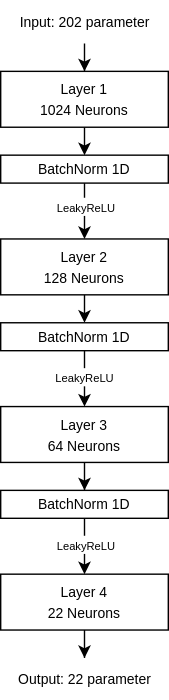
Earlier version of the draw.io export Poster/model.drawio.svg (leoforster10010/UdS_Dsaiproject25). Source tidied: cells renumbered, new cells last; positions are measured from the earlier drawing's top-left corner, leaving out a move shared by most shapes.
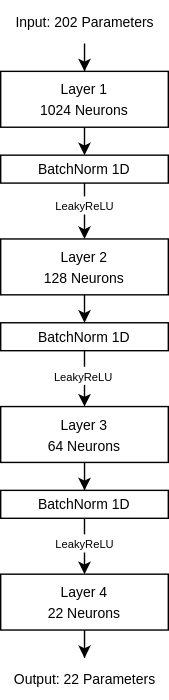
Above is the later version.

Diff of the diagram source:
```diff
@@ -53,13 +53,13 @@
     <mxCell id="18" value="&lt;span style=&quot;font-size: 10px;&quot;&gt;BatchNorm 1D&lt;/span&gt;" style="rounded=0;whiteSpace=wrap;html=1;" parent="1" vertex="1">
       <mxGeometry y="350" width="120" height="20" as="geometry" />
     </mxCell>
-    <mxCell id="19" value="&lt;font style=&quot;font-size: 10px;&quot;&gt;Output: 22 parameter&lt;/font&gt;" style="text;html=1;align=center;verticalAlign=middle;points=[];strokeColor=none;fillColor=none;" parent="1" vertex="1">
+    <mxCell id="19" value="&lt;font style=&quot;font-size: 10px;&quot;&gt;Output: 22 Parameters&lt;/font&gt;" style="text;html=1;align=center;verticalAlign=middle;points=[];strokeColor=none;fillColor=none;" parent="1" vertex="1">
       <mxGeometry y="470" width="120" height="30" as="geometry" />
     </mxCell>
     <mxCell id="20" style="edgeStyle=orthogonalEdgeStyle;rounded=0;jettySize=auto;html=1;entryX=0.5;entryY=0;entryDx=0;entryDy=0;" parent="1" edge="1" source="21" target="3">
       <mxGeometry relative="1" as="geometry" />
     </mxCell>
-    <mxCell id="21" value="&lt;font style=&quot;font-size: 10px;&quot;&gt;Input: 202 parameter&lt;/font&gt;" style="text;html=1;align=center;verticalAlign=middle;points=[];strokeColor=none;fillColor=none;" parent="1" vertex="1">
+    <mxCell id="21" value="&lt;font style=&quot;font-size: 10px;&quot;&gt;Input: 202 Parameters&lt;/font&gt;" style="text;html=1;align=center;verticalAlign=middle;points=[];strokeColor=none;fillColor=none;" parent="1" vertex="1">
       <mxGeometry width="120" height="30" as="geometry" />
     </mxCell>
   </root>
```
